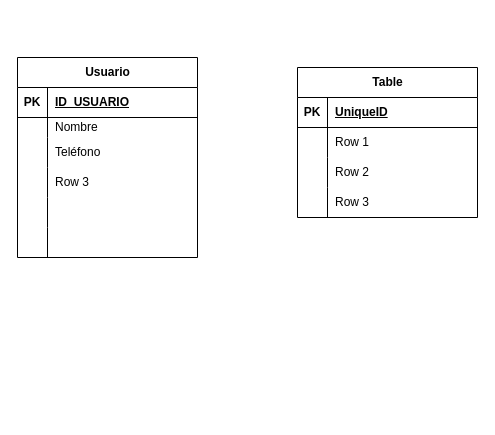
The draw.io diagram Semana3/Base de datos/Diagrama sin título.drawio in dAHli1909/CursoWeb2023, before the edit. Source tidied: cells renumbered, new cells numbered last; positions are measured from the earlier drawing's top-left corner, leaving out a move shared by most shapes. Both pictures are drawn from the tidied source at 100%, with x=0, y=0 at pixel (17, 57).
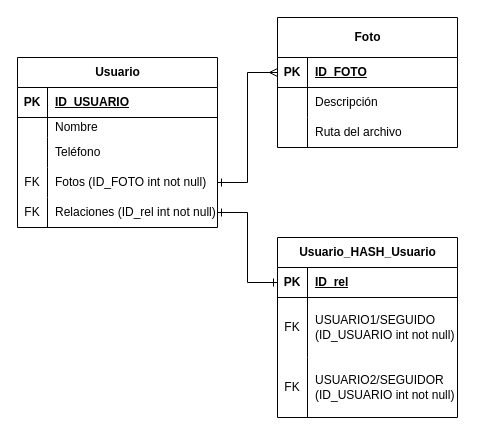
The same diagram, later.

What changed in the source:
```diff
@@
     <mxCell id="2" value="Usuario" style="shape=table;startSize=30;childLayout=tableLayout;rowLines=0;fontStyle=1;align=center;html=1;" parent="1" vertex="1">
-      <mxGeometry width="180" height="200" as="geometry" />
+      <mxGeometry width="200" height="170" as="geometry" />
     </mxCell>
     <mxCell id="3" style="shape=tableRow;horizontal=0;startSize=0;swimlaneHead=0;swimlaneBody=0;fillColor=none;top=0;left=0;right=0;bottom=1;" parent="2" vertex="1">
-      <mxGeometry y="30" width="180" height="30" as="geometry" />
+      <mxGeometry y="30" width="200" height="30" as="geometry" />
     </mxCell>
@@
     <mxCell id="5" value="ID_USUARIO" style="shape=partialRectangle;fillColor=none;top=0;left=0;bottom=0;right=0;align=left;spacingLeft=6;fontStyle=5;overflow=hidden;whiteSpace=wrap;html=1;" parent="3" vertex="1">
-      <mxGeometry x="30" width="150" height="30" as="geometry" />
+      <mxGeometry x="30" width="170" height="30" as="geometry" />
     </mxCell>
     <mxCell id="6" style="shape=tableRow;horizontal=0;startSize=0;swimlaneHead=0;swimlaneBody=0;fillColor=none;top=0;left=0;right=0;bottom=0;" parent="2" vertex="1">
-      <mxGeometry y="60" width="180" height="20" as="geometry" />
+      <mxGeometry y="60" width="200" height="20" as="geometry" />
     </mxCell>
@@
     <mxCell id="8" value="Nombre" style="shape=partialRectangle;fillColor=none;top=0;left=0;bottom=0;right=0;align=left;spacingLeft=6;overflow=hidden;whiteSpace=wrap;html=1;" parent="6" vertex="1">
-      <mxGeometry x="30" width="150" height="20" as="geometry" />
+      <mxGeometry x="30" width="170" height="20" as="geometry" />
     </mxCell>
     <mxCell id="9" style="shape=tableRow;horizontal=0;startSize=0;swimlaneHead=0;swimlaneBody=0;fillColor=none;top=0;left=0;right=0;bottom=0;" parent="2" vertex="1">
-      <mxGeometry y="80" width="180" height="30" as="geometry" />
+      <mxGeometry y="80" width="200" height="30" as="geometry" />
     </mxCell>
@@
     <mxCell id="11" value="Teléfono" style="shape=partialRectangle;fillColor=none;top=0;left=0;bottom=0;right=0;align=left;spacingLeft=6;overflow=hidden;whiteSpace=wrap;html=1;" parent="9" vertex="1">
-      <mxGeometry x="30" width="150" height="30" as="geometry" />
+      <mxGeometry x="30" width="170" height="30" as="geometry" />
     </mxCell>
     <mxCell id="12" style="shape=tableRow;horizontal=0;startSize=0;swimlaneHead=0;swimlaneBody=0;fillColor=none;points=[[0,0.5],[1,0.5]];portConstraint=eastwest;top=0;left=0;right=0;bottom=0;" parent="2" vertex="1">
-      <mxGeometry y="110" width="180" height="30" as="geometry" />
+      <mxGeometry y="110" width="200" height="30" as="geometry" />
     </mxCell>
-    <mxCell id="13" style="shape=partialRectangle;fillColor=none;top=0;left=0;bottom=0;right=0;overflow=hidden;whiteSpace=wrap;html=1;" parent="12" vertex="1">
+    <mxCell id="13" value="FK" style="shape=partialRectangle;fillColor=none;top=0;left=0;bottom=0;right=0;overflow=hidden;whiteSpace=wrap;html=1;" parent="12" vertex="1">
       <mxGeometry width="30" height="30" as="geometry" />
     </mxCell>
-    <mxCell id="14" value="Row 3" style="shape=partialRectangle;fillColor=none;top=0;left=0;bottom=0;right=0;align=left;spacingLeft=6;overflow=hidden;whiteSpace=wrap;html=1;" parent="12" vertex="1">
-      <mxGeometry x="30" width="150" height="30" as="geometry" />
+    <mxCell id="14" value="Fotos (ID_FOTO int not null)" style="shape=partialRectangle;fillColor=none;top=0;left=0;bottom=0;right=0;align=left;spacingLeft=6;overflow=hidden;whiteSpace=wrap;html=1;" parent="12" vertex="1">
+      <mxGeometry x="30" width="170" height="30" as="geometry" />
     </mxCell>
-    <mxCell id="15" style="shape=tableRow;horizontal=0;startSize=0;swimlaneHead=0;swimlaneBody=0;fillColor=none;top=0;left=0;right=0;bottom=0;" parent="2" vertex="1">
-      <mxGeometry y="140" width="180" height="30" as="geometry" />
-    </mxCell>
-    <mxCell id="16" style="shape=partialRectangle;fillColor=none;top=0;left=0;bottom=0;right=0;overflow=hidden;whiteSpace=wrap;html=1;" parent="15" vertex="1">
-      <mxGeometry width="30" height="30" as="geometry" />
-    </mxCell>
-    <mxCell id="17" style="shape=partialRectangle;fillColor=none;top=0;left=0;bottom=0;right=0;align=left;spacingLeft=6;overflow=hidden;whiteSpace=wrap;html=1;" parent="15" vertex="1">
-      <mxGeometry x="30" width="150" height="30" as="geometry" />
-    </mxCell>
     <mxCell id="18" style="shape=tableRow;horizontal=0;startSize=0;swimlaneHead=0;swimlaneBody=0;fillColor=none;points=[[0,0.5],[1,0.5]];portConstraint=eastwest;top=0;left=0;right=0;bottom=0;" parent="2" vertex="1">
-      <mxGeometry y="170" width="180" height="30" as="geometry" />
+      <mxGeometry y="140" width="200" height="30" as="geometry" />
     </mxCell>
-    <mxCell id="19" style="shape=partialRectangle;fillColor=none;top=0;left=0;bottom=0;right=0;overflow=hidden;whiteSpace=wrap;html=1;" parent="18" vertex="1">
+    <mxCell id="19" value="FK" style="shape=partialRectangle;fillColor=none;top=0;left=0;bottom=0;right=0;overflow=hidden;whiteSpace=wrap;html=1;" parent="18" vertex="1">
       <mxGeometry width="30" height="30" as="geometry" />
     </mxCell>
-    <mxCell id="20" style="shape=partialRectangle;fillColor=none;top=0;left=0;bottom=0;right=0;align=left;spacingLeft=6;overflow=hidden;whiteSpace=wrap;html=1;" parent="18" vertex="1">
-      <mxGeometry x="30" width="150" height="30" as="geometry" />
+    <mxCell id="20" value="Relaciones (ID_rel int not null)" style="shape=partialRectangle;fillColor=none;top=0;left=0;bottom=0;right=0;align=left;spacingLeft=6;overflow=hidden;whiteSpace=wrap;html=1;" parent="18" vertex="1">
+      <mxGeometry x="30" width="170" height="30" as="geometry" />
     </mxCell>
-    <mxCell id="21" value="Table" style="shape=table;startSize=30;childLayout=tableLayout;rowLines=0;fontStyle=1;align=center;html=1;" parent="1" vertex="1">
-      <mxGeometry x="280" y="10" width="180" height="150" as="geometry" />
+    <mxCell id="21" value="Foto" style="shape=table;startSize=40;childLayout=tableLayout;rowLines=0;fontStyle=1;align=center;html=1;" parent="1" vertex="1">
+      <mxGeometry x="260" y="-40" width="180" height="130" as="geometry" />
     </mxCell>
     <mxCell id="22" style="shape=tableRow;horizontal=0;startSize=0;swimlaneHead=0;swimlaneBody=0;fillColor=none;points=[[0,0.5],[1,0.5]];portConstraint=eastwest;top=0;left=0;right=0;bottom=1;" parent="21" vertex="1">
-      <mxGeometry y="30" width="180" height="30" as="geometry" />
+      <mxGeometry y="40" width="180" height="30" as="geometry" />
     </mxCell>
@@
-    <mxCell id="24" value="UniqueID" style="shape=partialRectangle;fillColor=none;top=0;left=0;bottom=0;right=0;align=left;spacingLeft=6;fontStyle=5;overflow=hidden;whiteSpace=wrap;html=1;" parent="22" vertex="1">
+    <mxCell id="24" value="ID_FOTO" style="shape=partialRectangle;fillColor=none;top=0;left=0;bottom=0;right=0;align=left;spacingLeft=6;fontStyle=5;overflow=hidden;whiteSpace=wrap;html=1;" parent="22" vertex="1">
       <mxGeometry x="30" width="150" height="30" as="geometry" />
     </mxCell>
     <mxCell id="25" style="shape=tableRow;horizontal=0;startSize=0;swimlaneHead=0;swimlaneBody=0;fillColor=none;top=0;left=0;right=0;bottom=0;" parent="21" vertex="1">
-      <mxGeometry y="60" width="180" height="30" as="geometry" />
+      <mxGeometry y="70" width="180" height="30" as="geometry" />
     </mxCell>
@@
-    <mxCell id="27" value="Row 1" style="shape=partialRectangle;fillColor=none;top=0;left=0;bottom=0;right=0;align=left;spacingLeft=6;overflow=hidden;whiteSpace=wrap;html=1;" parent="25" vertex="1">
+    <mxCell id="27" value="Descripción" style="shape=partialRectangle;fillColor=none;top=0;left=0;bottom=0;right=0;align=left;spacingLeft=6;overflow=hidden;whiteSpace=wrap;html=1;" parent="25" vertex="1">
       <mxGeometry x="30" width="150" height="30" as="geometry" />
     </mxCell>
     <mxCell id="28" style="shape=tableRow;horizontal=0;startSize=0;swimlaneHead=0;swimlaneBody=0;fillColor=none;top=0;left=0;right=0;bottom=0;" parent="21" vertex="1">
-      <mxGeometry y="90" width="180" height="30" as="geometry" />
+      <mxGeometry y="100" width="180" height="30" as="geometry" />
     </mxCell>
@@
-    <mxCell id="30" value="Row 2" style="shape=partialRectangle;fillColor=none;top=0;left=0;bottom=0;right=0;align=left;spacingLeft=6;overflow=hidden;whiteSpace=wrap;html=1;" parent="28" vertex="1">
+    <mxCell id="30" value="Ruta del archivo" style="shape=partialRectangle;fillColor=none;top=0;left=0;bottom=0;right=0;align=left;spacingLeft=6;overflow=hidden;whiteSpace=wrap;html=1;" parent="28" vertex="1">
       <mxGeometry x="30" width="150" height="30" as="geometry" />
     </mxCell>
-    <mxCell id="31" style="shape=tableRow;horizontal=0;startSize=0;swimlaneHead=0;swimlaneBody=0;fillColor=none;top=0;left=0;right=0;bottom=0;" parent="21" vertex="1">
-      <mxGeometry y="120" width="180" height="30" as="geometry" />
-    </mxCell>
-    <mxCell id="32" style="shape=partialRectangle;fillColor=none;top=0;left=0;bottom=0;right=0;overflow=hidden;whiteSpace=wrap;html=1;" parent="31" vertex="1">
-      <mxGeometry width="30" height="30" as="geometry" />
-    </mxCell>
-    <mxCell id="33" value="Row 3" style="shape=partialRectangle;fillColor=none;top=0;left=0;bottom=0;right=0;align=left;spacingLeft=6;overflow=hidden;whiteSpace=wrap;html=1;" parent="31" vertex="1">
-      <mxGeometry x="30" width="150" height="30" as="geometry" />
-    </mxCell>
+    <mxCell id="34" value="Usuario_HASH_Usuario" style="shape=table;startSize=30;childLayout=tableLayout;rowLines=0;fontStyle=1;align=center;html=1;" parent="1" vertex="1">
+      <mxGeometry x="260" y="180" width="180" height="180" as="geometry" />
+    </mxCell>
+    <mxCell id="35" style="shape=tableRow;horizontal=0;startSize=0;swimlaneHead=0;swimlaneBody=0;fillColor=none;points=[[0,0.5],[1,0.5]];portConstraint=eastwest;top=0;left=0;right=0;bottom=1;" parent="34" vertex="1">
+      <mxGeometry y="30" width="180" height="30" as="geometry" />
+    </mxCell>
+    <mxCell id="36" value="PK" style="shape=partialRectangle;fillColor=none;top=0;left=0;bottom=0;right=0;fontStyle=1;overflow=hidden;whiteSpace=wrap;html=1;" parent="35" vertex="1">
+      <mxGeometry width="30" height="30" as="geometry" />
+    </mxCell>
+    <mxCell id="37" value="ID_rel" style="shape=partialRectangle;fillColor=none;top=0;left=0;bottom=0;right=0;align=left;spacingLeft=6;fontStyle=5;overflow=hidden;whiteSpace=wrap;html=1;" parent="35" vertex="1">
+      <mxGeometry x="30" width="150" height="30" as="geometry" />
+    </mxCell>
+    <mxCell id="38" style="shape=tableRow;horizontal=0;startSize=0;swimlaneHead=0;swimlaneBody=0;fillColor=none;top=0;left=0;right=0;bottom=0;" parent="34" vertex="1">
+      <mxGeometry y="60" width="180" height="60" as="geometry" />
+    </mxCell>
+    <mxCell id="39" value="FK" style="shape=partialRectangle;fillColor=none;top=0;left=0;bottom=0;right=0;overflow=hidden;whiteSpace=wrap;html=1;" parent="38" vertex="1">
+      <mxGeometry width="30" height="60" as="geometry" />
+    </mxCell>
+    <mxCell id="40" value="USUARIO1/SEGUIDO&lt;br&gt;(ID_USUARIO int not null)" style="shape=partialRectangle;fillColor=none;top=0;left=0;bottom=0;right=0;align=left;spacingLeft=6;overflow=hidden;whiteSpace=wrap;html=1;" parent="38" vertex="1">
+      <mxGeometry x="30" width="150" height="60" as="geometry" />
+    </mxCell>
+    <mxCell id="41" style="shape=tableRow;horizontal=0;startSize=0;swimlaneHead=0;swimlaneBody=0;fillColor=none;top=0;left=0;right=0;bottom=0;" parent="34" vertex="1">
+      <mxGeometry y="120" width="180" height="60" as="geometry" />
+    </mxCell>
+    <mxCell id="42" value="FK" style="shape=partialRectangle;fillColor=none;top=0;left=0;bottom=0;right=0;overflow=hidden;whiteSpace=wrap;html=1;" parent="41" vertex="1">
+      <mxGeometry width="30" height="60" as="geometry" />
+    </mxCell>
+    <mxCell id="43" value="USUARIO2/SEGUIDOR&lt;br&gt;(ID_USUARIO int not null)" style="shape=partialRectangle;fillColor=none;top=0;left=0;bottom=0;right=0;align=left;spacingLeft=6;overflow=hidden;whiteSpace=wrap;html=1;" parent="41" vertex="1">
+      <mxGeometry x="30" width="150" height="60" as="geometry" />
+    </mxCell>
+    <mxCell id="44" style="edgeStyle=entityRelationEdgeStyle;fontSize=12;html=1;endArrow=ERone;rounded=0;startArrow=ERmany;startFill=0;endFill=0;" parent="1" edge="1" source="22" target="12">
+      <mxGeometry relative="1" as="geometry" />
+    </mxCell>
+    <mxCell id="45" style="edgeStyle=entityRelationEdgeStyle;fontSize=12;html=1;endArrow=ERone;rounded=0;startArrow=ERone;startFill=0;endFill=0;exitX=0;exitY=0.5;exitDx=0;exitDy=0;" parent="1" edge="1" source="35" target="18">
+      <mxGeometry relative="1" as="geometry" />
+    </mxCell>
```
